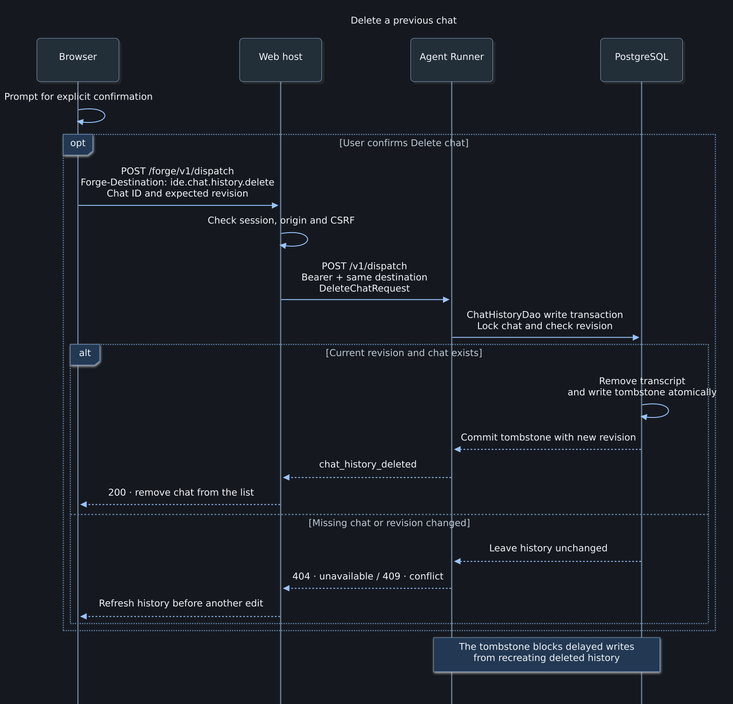
roachmaster/homelab keeps this Mermaid diagram as src/rust/forge-ide-web-host/design/chat-history-delete.png. Above is the earlier version. Its source is kept beside it as src/rust/forge-ide-web-host/design/chat-history-delete.mmd. The source it was exported from:
```mermaid
---
title: Delete a previous chat
---
%%{init: {"theme":"dark","themeVariables":{"fontFamily":"DejaVu Sans","background":"#15191f","actorBkg":"#242d38","actorBorder":"#6e849d","actorLine":"#526171","noteBkg":"#243952","noteBorderColor":"#6283aa","primaryTextColor":"#f1f4f8","textColor":"#f1f4f8","lineColor":"#9bc4ff","edgeLabelBackground":"#15191f","clusterBorder":"#647a90","actorTextColor":"#f1f4f8","actorLineColor":"#6e849d","signalColor":"#9bc4ff","signalTextColor":"#f1f4f8","labelBoxBkgColor":"#243952","labelBoxBorderColor":"#6283aa","labelTextColor":"#f1f4f8","loopTextColor":"#bec9d6","noteBkgColor":"#243952","noteTextColor":"#f1f4f8"},"sequence":{"mirrorActors":false,"useMaxWidth":false,"actorMargin":62,"boxMargin":12,"messageMargin":25,"diagramMarginX":30,"diagramMarginY":25,"width":140,"wrap":false}}}%%
sequenceDiagram
    participant B as Browser
    participant H as Web host
    participant R as Agent Runner
    participant P as PostgreSQL

    B->>B: Prompt for explicit confirmation
    opt User confirms Delete chat
        B->>H: POST /forge/v1/dispatch<br/>Forge-Destination: ide.chat.history.delete<br/>Chat ID and expected revision
        H->>H: Check session, origin and CSRF
        H->>R: POST /v1/dispatch<br/>Bearer + same destination<br/>DeleteChatRequest
        R->>P: ChatHistoryDao write transaction<br/>Lock chat and check revision
        alt Current revision and chat exists
            P->>P: Remove transcript<br/>and write tombstone atomically
            P-->>R: Commit tombstone with new revision
            R-->>H: chat_history_deleted
            H-->>B: 200 · remove chat from the list
        else Missing chat or revision changed
            P-->>R: Leave history unchanged
            R-->>H: 404 · unavailable / 409 · conflict
            H-->>B: Refresh history before another edit
        end
    end
    Note over R,P: The tombstone blocks delayed writes<br/>from recreating deleted history
```
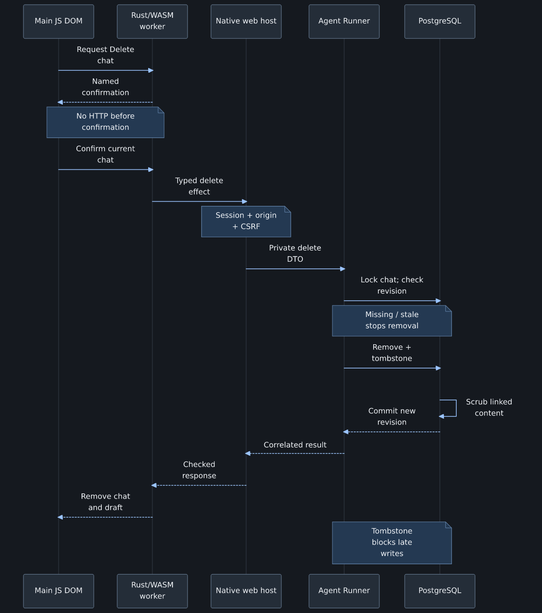
The same diagram one commit later.

What changed in the source:
```diff
@@ -1,28 +1,23 @@
----
-title: Delete a previous chat
----
-%%{init: {"theme":"dark","themeVariables":{"fontFamily":"DejaVu Sans","background":"#15191f","actorBkg":"#242d38","actorBorder":"#6e849d","actorLine":"#526171","noteBkg":"#243952","noteBorderColor":"#6283aa","primaryTextColor":"#f1f4f8","textColor":"#f1f4f8","lineColor":"#9bc4ff","edgeLabelBackground":"#15191f","clusterBorder":"#647a90","actorTextColor":"#f1f4f8","actorLineColor":"#6e849d","signalColor":"#9bc4ff","signalTextColor":"#f1f4f8","labelBoxBkgColor":"#243952","labelBoxBorderColor":"#6283aa","labelTextColor":"#f1f4f8","loopTextColor":"#bec9d6","noteBkgColor":"#243952","noteTextColor":"#f1f4f8"},"sequence":{"mirrorActors":false,"useMaxWidth":false,"actorMargin":62,"boxMargin":12,"messageMargin":25,"diagramMarginX":30,"diagramMarginY":25,"width":140,"wrap":false}}}%%
+%%{init: {"theme":"dark","themeVariables":{"fontFamily":"DejaVu Sans","background":"#15191f","actorBkg":"#242d38","actorBorder":"#6e849d","actorLine":"#526171","noteBkg":"#243952","noteBorderColor":"#6283aa","primaryTextColor":"#f1f4f8","textColor":"#f1f4f8","lineColor":"#9bc4ff","edgeLabelBackground":"#15191f","clusterBorder":"#647a90","actorTextColor":"#f1f4f8","actorLineColor":"#6e849d","signalColor":"#9bc4ff","signalTextColor":"#f1f4f8","labelBoxBkgColor":"#243952","labelBoxBorderColor":"#6283aa","labelTextColor":"#f1f4f8","loopTextColor":"#bec9d6","noteBkgColor":"#243952","noteTextColor":"#f1f4f8"},"sequence":{"mirrorActors":false,"useMaxWidth":false,"actorMargin":62,"boxMargin":12,"messageMargin":40,"diagramMarginX":30,"diagramMarginY":25,"width":180,"wrap":false}}}%%
 sequenceDiagram
-    participant B as Browser
-    participant H as Web host
+    participant JS as Main JS DOM
+    participant W as Rust/WASM worker
+    participant H as Native web host
     participant R as Agent Runner
     participant P as PostgreSQL
-
-    B->>B: Prompt for explicit confirmation
-    opt User confirms Delete chat
-        B->>H: POST /forge/v1/dispatch<br/>Forge-Destination: ide.chat.history.delete<br/>Chat ID and expected revision
-        H->>H: Check session, origin and CSRF
-        H->>R: POST /v1/dispatch<br/>Bearer + same destination<br/>DeleteChatRequest
-        R->>P: ChatHistoryDao write transaction<br/>Lock chat and check revision
-        alt Current revision and chat exists
-            P->>P: Remove transcript<br/>and write tombstone atomically
-            P-->>R: Commit tombstone with new revision
-            R-->>H: chat_history_deleted
-            H-->>B: 200 · remove chat from the list
-        else Missing chat or revision changed
-            P-->>R: Leave history unchanged
-            R-->>H: 404 · unavailable / 409 · conflict
-            H-->>B: Refresh history before another edit
-        end
-    end
-    Note over R,P: The tombstone blocks delayed writes<br/>from recreating deleted history
+    JS->>W: Request Delete chat
+    W-->>JS: Named confirmation
+    Note over JS,W: No HTTP before confirmation
+    JS->>W: Confirm current chat
+    W->>H: Typed delete effect
+    Note over H: Session + origin + CSRF
+    H->>R: Private delete DTO
+    R->>P: Lock chat; check revision
+    Note over R,P: Missing / stale stops removal
+    R->>P: Remove + tombstone
+    P->>P: Scrub linked content
+    P-->>R: Commit new revision
+    R-->>H: Correlated result
+    H-->>W: Checked response
+    W-->>JS: Remove chat and draft
+    Note over R,P: Tombstone blocks late writes
```
